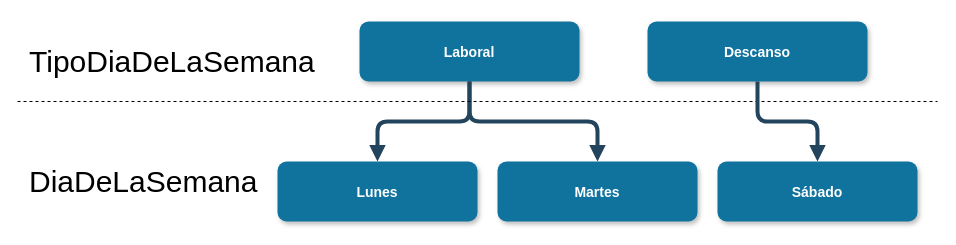
Earlier version of the draw.io diagram 2. Diseño conceptual/diasdelasemana_example.drawio (gonzalomelov/dw-calidad-aire-docs). Source tidied: cells renumbered, new cells numbered last; positions are measured from the earlier drawing's top-left corner, leaving out a move shared by most shapes. Both pictures are drawn from the tidied source at 100%, with x=0, y=0 at pixel (17, 21).
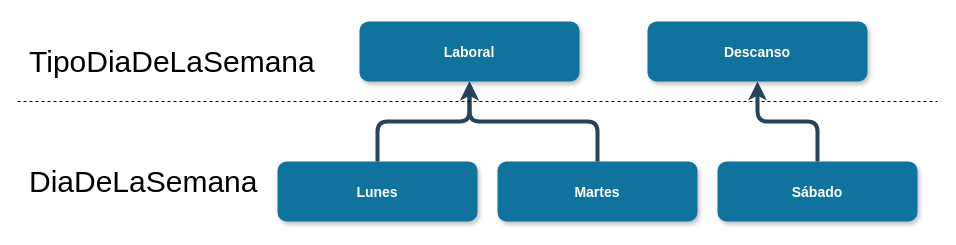
Above is the later version.

Change to the diagram source:
```diff
@@
 <mxGraphModel background="#ffffff">
   <root>
     <mxCell id="0" />
     <mxCell id="1" parent="0" />
     <mxCell id="2" value="Laboral" style="rounded=1;fillColor=#10739E;strokeColor=none;shadow=1;gradientColor=none;fontStyle=1;fontColor=#FFFFFF;fontSize=14;" parent="1" vertex="1">
       <mxGeometry x="342" width="220" height="60" as="geometry" />
     </mxCell>
     <mxCell id="3" value="Lunes" style="rounded=1;fillColor=#10739E;strokeColor=none;shadow=1;gradientColor=none;fontStyle=1;fontColor=#FFFFFF;fontSize=14;" parent="1" vertex="1">
       <mxGeometry x="260" y="140" width="200" height="60" as="geometry" />
     </mxCell>
     <mxCell id="4" value="Martes" style="rounded=1;fillColor=#10739E;strokeColor=none;shadow=1;gradientColor=none;fontStyle=1;fontColor=#FFFFFF;fontSize=14;" parent="1" vertex="1">
       <mxGeometry x="480" y="140" width="200" height="60" as="geometry" />
     </mxCell>
-    <mxCell id="5" style="edgeStyle=elbowEdgeStyle;elbow=vertical;strokeWidth=4;endArrow=block;endFill=1;fontStyle=1;strokeColor=#23445D;exitX=0.5;exitY=1;exitDx=0;exitDy=0;" parent="1" edge="1" source="2" target="4">
+    <mxCell id="5" style="edgeStyle=elbowEdgeStyle;elbow=vertical;strokeWidth=4;endArrow=none;endFill=0;fontStyle=1;strokeColor=#23445D;exitX=0.5;exitY=1;exitDx=0;exitDy=0;startArrow=classic;startFill=1;" parent="1" edge="1" source="2" target="4">
       <mxGeometry x="-178" y="370" as="geometry" />
     </mxCell>
-    <mxCell id="6" style="edgeStyle=elbowEdgeStyle;elbow=vertical;strokeWidth=4;endArrow=block;endFill=1;fontStyle=1;strokeColor=#23445D;" parent="1" edge="1" source="2" target="3">
+    <mxCell id="6" style="edgeStyle=elbowEdgeStyle;elbow=vertical;strokeWidth=4;endArrow=none;endFill=0;fontStyle=1;strokeColor=#23445D;startArrow=classic;startFill=1;" parent="1" edge="1" source="2" target="3">
       <mxGeometry x="-178" y="370" as="geometry" />
     </mxCell>
     <mxCell id="7" style="endArrow=none;dashed=1;html=1;" parent="1" edge="1">
       <mxGeometry relative="1" as="geometry">
         <mxPoint y="80" as="sourcePoint" />
         <mxPoint x="920" y="80" as="targetPoint" />
       </mxGeometry>
     </mxCell>
     <mxCell id="8" value="&lt;span style=&quot;font-size: 30px&quot;&gt;TipoDiaDeLaSemana&lt;/span&gt;" style="text;html=1;align=left;verticalAlign=top;spacingTop=-4;" parent="1" vertex="1">
       <mxGeometry x="10" y="20" width="300" height="20" as="geometry" />
     </mxCell>
     <mxCell id="9" value="&lt;span style=&quot;font-size: 30px&quot;&gt;DiaDeLaSemana&lt;/span&gt;" style="text;html=1;align=left;verticalAlign=top;spacingTop=-4;" parent="1" vertex="1">
       <mxGeometry x="10" y="140" width="240" height="20" as="geometry" />
     </mxCell>
     <mxCell id="10" value="Descanso" style="rounded=1;fillColor=#10739E;strokeColor=none;shadow=1;gradientColor=none;fontStyle=1;fontColor=#FFFFFF;fontSize=14;" parent="1" vertex="1">
       <mxGeometry x="630" width="220" height="60" as="geometry" />
     </mxCell>
     <mxCell id="11" value="Sábado" style="rounded=1;fillColor=#10739E;strokeColor=none;shadow=1;gradientColor=none;fontStyle=1;fontColor=#FFFFFF;fontSize=14;" parent="1" vertex="1">
       <mxGeometry x="700" y="140" width="200" height="60" as="geometry" />
     </mxCell>
-    <mxCell id="12" style="edgeStyle=elbowEdgeStyle;elbow=vertical;strokeWidth=4;endArrow=block;endFill=1;fontStyle=1;strokeColor=#23445D;entryX=0.5;entryY=0;entryDx=0;entryDy=0;exitX=0.5;exitY=1;exitDx=0;exitDy=0;" parent="1" edge="1" source="10" target="11">
+    <mxCell id="12" style="edgeStyle=elbowEdgeStyle;elbow=vertical;strokeWidth=4;endArrow=none;endFill=0;fontStyle=1;strokeColor=#23445D;entryX=0.5;entryY=0;entryDx=0;entryDy=0;exitX=0.5;exitY=1;exitDx=0;exitDy=0;startArrow=classic;startFill=1;" parent="1" edge="1" source="10" target="11">
       <mxGeometry x="-168" y="380" as="geometry" />
     </mxCell>
   </root>
 </mxGraphModel>
```
